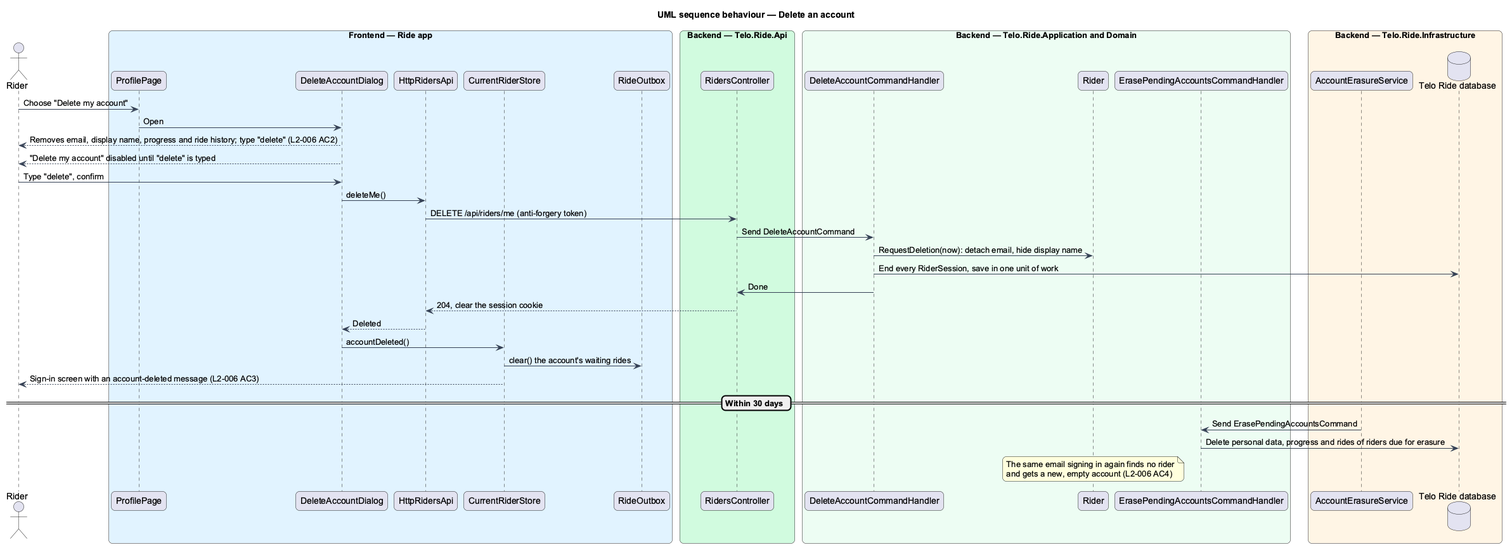
QuinntyneBrown/ride-one keeps this PlantUML diagram as docs/detailed-designs/accounts/sign-out-and-delete-an-account/diagrams/sequence-delete-account.png. Above is the earlier version. Source of this version:
```plantuml
@startuml
title UML sequence behaviour — Delete an account
skinparam backgroundColor #FFFFFF
skinparam shadowing false
skinparam roundcorner 12
skinparam defaultFontName Arial
skinparam ArrowColor #344054
skinparam rectangle {
  BorderColor #344054
  FontColor #101828
}
skinparam package {
  BorderColor #667085
  FontColor #101828
  BackgroundColor #F9FAFB
}
actor "Rider" as actor
box "Frontend — Ride app" #E0F2FE
  participant "ProfilePage" as page
  participant "DeleteAccountDialog" as dialog
  participant "HttpRidersApi" as client
  participant "CurrentRiderStore" as current
  participant "RideOutbox" as outbox
end box
box "Backend — Telo.Ride.Api" #D1FADF
  participant "RidersController" as ctrl
end box
box "Backend — Telo.Ride.Application and Domain" #ECFDF3
  participant "DeleteAccountCommandHandler" as handler
  participant "Rider" as rider
  participant "ErasePendingAccountsCommandHandler" as erase
end box
box "Backend — Telo.Ride.Infrastructure" #FFF4E5
  participant "AccountErasureService" as job
  database "Telo Ride database" as db
end box
actor -> page : Choose "Delete my account"
page -> dialog : Open
dialog --> actor : Removes email, display name, progress and ride history; type "delete" (L2-006 AC2)
dialog --> actor : "Delete my account" disabled until "delete" is typed
actor -> dialog : Type "delete", confirm
dialog -> client : deleteMe()
client -> ctrl : DELETE /api/riders/me (anti-forgery token)
ctrl -> handler : Send DeleteAccountCommand
handler -> rider : RequestDeletion(now): detach email, hide display name
handler -> db : End every RiderSession, save in one unit of work
handler -> ctrl : Done
ctrl --> client : 204, clear the session cookie
client --> dialog : Deleted
dialog -> current : accountDeleted()
current -> outbox : clear() the account's waiting rides
current --> actor : Sign-in screen with an account-deleted message (L2-006 AC3)
== Within 30 days ==
job -> erase : Send ErasePendingAccountsCommand
erase -> db : Delete personal data, progress and rides of riders due for erasure
note over rider : The same email signing in again finds no rider\nand gets a new, empty account (L2-006 AC4)
@enduml
```
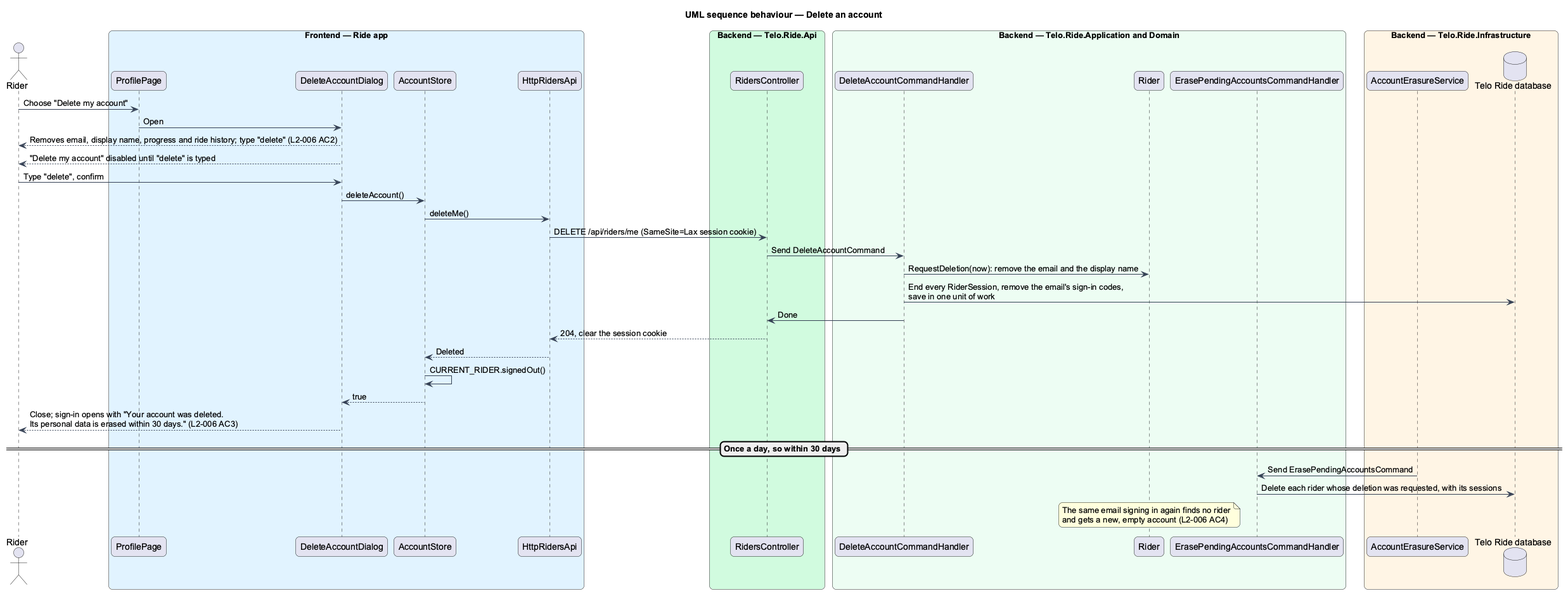
The same file after the commit.

Change to the diagram source:
```diff
@@ -18,9 +18,8 @@
 box "Frontend — Ride app" #E0F2FE
   participant "ProfilePage" as page
   participant "DeleteAccountDialog" as dialog
+  participant "AccountStore" as current
   participant "HttpRidersApi" as client
-  participant "CurrentRiderStore" as current
-  participant "RideOutbox" as outbox
 end box
 box "Backend — Telo.Ride.Api" #D1FADF
   participant "RidersController" as ctrl
@@ -39,19 +38,20 @@
 dialog --> actor : Removes email, display name, progress and ride history; type "delete" (L2-006 AC2)
 dialog --> actor : "Delete my account" disabled until "delete" is typed
 actor -> dialog : Type "delete", confirm
-dialog -> client : deleteMe()
-client -> ctrl : DELETE /api/riders/me (anti-forgery token)
+dialog -> current : deleteAccount()
+current -> client : deleteMe()
+client -> ctrl : DELETE /api/riders/me (SameSite=Lax session cookie)
 ctrl -> handler : Send DeleteAccountCommand
-handler -> rider : RequestDeletion(now): detach email, hide display name
-handler -> db : End every RiderSession, save in one unit of work
+handler -> rider : RequestDeletion(now): remove the email and the display name
+handler -> db : End every RiderSession, remove the email's sign-in codes,\nsave in one unit of work
 handler -> ctrl : Done
 ctrl --> client : 204, clear the session cookie
-client --> dialog : Deleted
-dialog -> current : accountDeleted()
-current -> outbox : clear() the account's waiting rides
-current --> actor : Sign-in screen with an account-deleted message (L2-006 AC3)
-== Within 30 days ==
+client --> current : Deleted
+current -> current : CURRENT_RIDER.signedOut()
+current --> dialog : true
+dialog --> actor : Close; sign-in opens with "Your account was deleted.\nIts personal data is erased within 30 days." (L2-006 AC3)
+== Once a day, so within 30 days ==
 job -> erase : Send ErasePendingAccountsCommand
-erase -> db : Delete personal data, progress and rides of riders due for erasure
+erase -> db : Delete each rider whose deletion was requested, with its sessions
 note over rider : The same email signing in again finds no rider\nand gets a new, empty account (L2-006 AC4)
 @enduml
```
